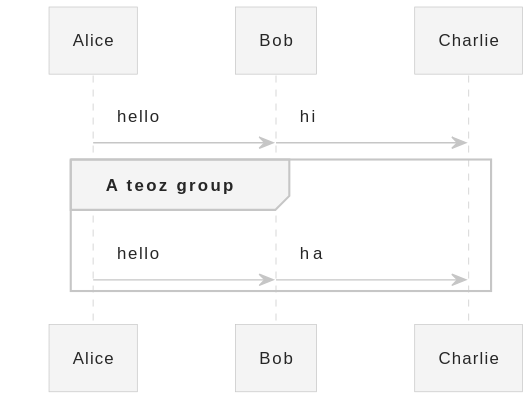
Above: gallery/img/SequenceWithTeoz-carbon-gray.svg in The-Lum/puml-themes-gallery (PlantUML), before the change. Its source is kept beside it as gallery/SequenceWithTeoz-carbon-gray.puml. Source of this version:
```plantuml
@startuml
!theme carbon-gray
!pragma teoz true
Alice -> Bob : hello
& Bob -> Charlie : hi
group A teoz group
Alice -> Bob : hello
& Bob -> Charlie : ha
end
@enduml
```
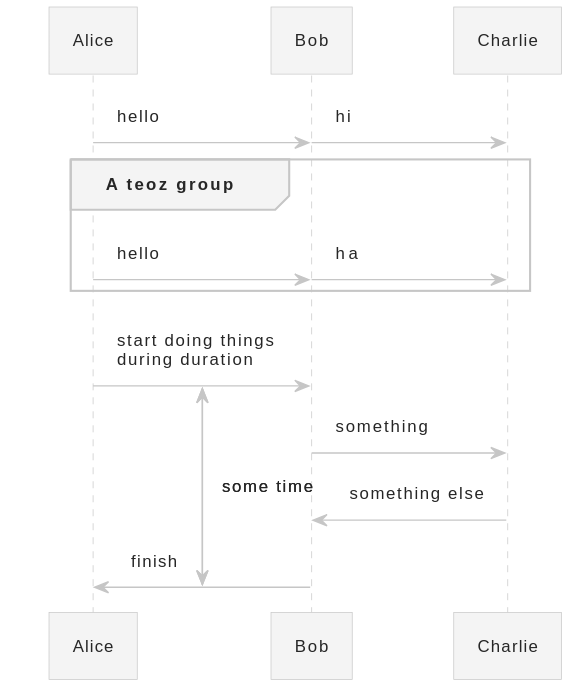
Later version of the same file.

The edit, as a diff of the source:
```diff
@@ -7,4 +7,9 @@
 Alice -> Bob : hello
 & Bob -> Charlie : ha
 end
+{start} Alice -> Bob : start doing things\nduring duration
+Bob -> Charlie : something
+Charlie -> Bob : something else
+{end} Bob -> Alice : finish
+{start} <-> {end} : some time
 @enduml
```
